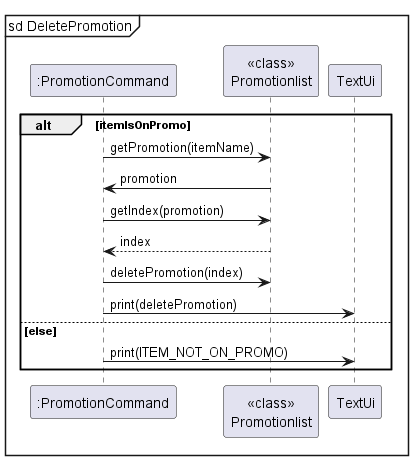
Above: docs/Diagrams/DeletePromotion.png in LowTL/tp (PlantUML), before the change. The source it was exported from:
```plantuml
@startuml

mainframe sd DeletePromotion

participant ":PromotionCommand" as PromotionCommand
participant "<<class>>\nPromotionlist" as Promotionlist
participant TextUi

alt itemIsOnPromo
    PromotionCommand -> Promotionlist : getPromotion(itemName)
    Promotionlist -> PromotionCommand : promotion
    PromotionCommand -> Promotionlist : getIndex(promotion)
    Promotionlist --> PromotionCommand : index
    PromotionCommand -> Promotionlist : deletePromotion(index)
    PromotionCommand -> TextUi : print(deletePromotion)
else else
    PromotionCommand -> TextUi : print(ITEM_NOT_ON_PROMO)
end

@enduml
```
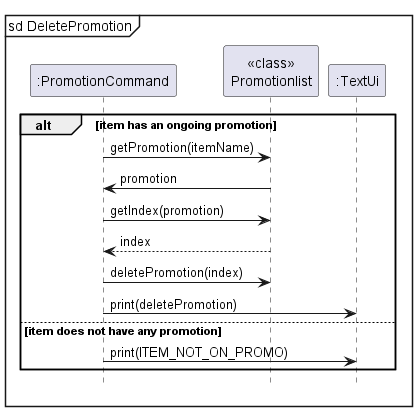
Later version of the same file.

Diff of the diagram source:
```diff
@@ -4,17 +4,18 @@
 
 participant ":PromotionCommand" as PromotionCommand
 participant "<<class>>\nPromotionlist" as Promotionlist
-participant TextUi
+participant ":TextUi" as TextUi
 
-alt itemIsOnPromo
+alt item has an ongoing promotion
     PromotionCommand -> Promotionlist : getPromotion(itemName)
     Promotionlist -> PromotionCommand : promotion
     PromotionCommand -> Promotionlist : getIndex(promotion)
     Promotionlist --> PromotionCommand : index
     PromotionCommand -> Promotionlist : deletePromotion(index)
     PromotionCommand -> TextUi : print(deletePromotion)
-else else
+else item does not have any promotion
     PromotionCommand -> TextUi : print(ITEM_NOT_ON_PROMO)
 end
 
+hide footbox
 @enduml
```
